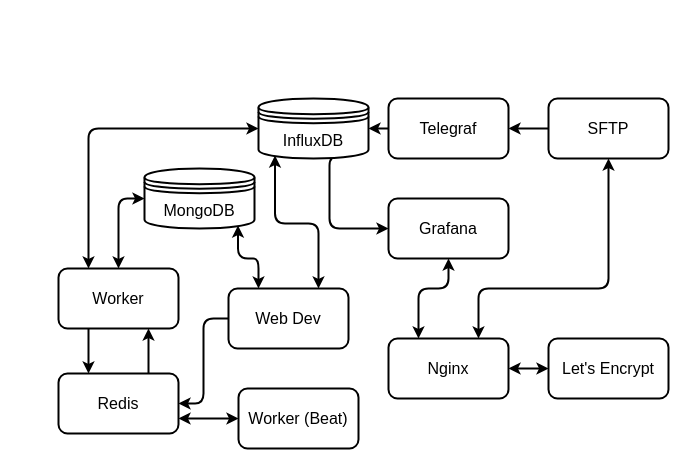
idontcare1996/ua-thesis keeps this draw.io diagram as img/diagrams/drawio/old-arch-connections.drawio. Above is the earlier version. Source tidied: cells renumbered, new cells numbered last; positions are measured from the earlier drawing's top-left corner, leaving out a move shared by most shapes. Both pictures are drawn from the tidied source at 100%, with x=0, y=0 at pixel (58, 98).
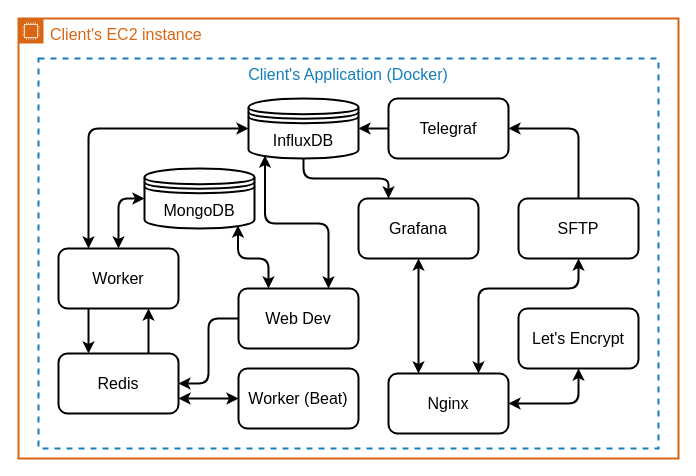
Above is the later version.

The change refers to these unchanged cells:
```xml
<mxCell id="19" value="Telegraf" style="rounded=1;whiteSpace=wrap;html=1;fontSize=16;strokeWidth=2;" parent="1" vertex="1">
  <mxGeometry x="330" width="120" height="60" as="geometry" />
</mxCell>
```

What changed in the source:
```diff
@@
+    <mxCell id="28" value="Client's Application (Docker)" style="fillColor=none;strokeColor=#147EBA;dashed=1;verticalAlign=top;fontStyle=0;fontColor=#147EBA;strokeWidth=2;fontSize=16;" parent="1" vertex="1">
+      <mxGeometry x="-20" y="-40" width="620" height="390" as="geometry" />
+    </mxCell>
+    <mxCell id="29" value="&lt;font style=&quot;font-size: 16px&quot;&gt;Client's EC2 instance&lt;/font&gt;" style="gradientColor=none;html=1;whiteSpace=wrap;fontSize=12;fontStyle=0;shape=mxgraph.aws4.group;grIcon=mxgraph.aws4.group_ec2_instance_contents;strokeColor=#D86613;fillColor=none;verticalAlign=top;align=left;spacingLeft=30;fontColor=#D86613;dashed=0;strokeWidth=2;" parent="1" vertex="1">
+      <mxGeometry x="-40" y="-80" width="660" height="440" as="geometry" />
+    </mxCell>
@@
-    <mxCell id="4" style="edgeStyle=orthogonalEdgeStyle;html=1;exitX=0.85;exitY=0.95;exitDx=0;exitDy=0;exitPerimeter=0;entryX=0;entryY=0.5;entryDx=0;entryDy=0;startArrow=none;startFill=0;elbow=vertical;fontSize=16;strokeWidth=2;" parent="1" edge="1" source="5" target="24">
+    <mxCell id="4" style="edgeStyle=orthogonalEdgeStyle;html=1;exitX=0.5;exitY=1;exitDx=0;exitDy=0;entryX=0.25;entryY=0;entryDx=0;entryDy=0;startArrow=none;startFill=0;elbow=vertical;fontSize=16;strokeWidth=2;" parent="1" edge="1" source="5" target="24">
       <mxGeometry relative="1" as="geometry">
         <Array as="points">
-          <mxPoint x="271" y="130" />
+          <mxPoint x="245" y="80" />
+          <mxPoint x="330" y="80" />
         </Array>
       </mxGeometry>
     </mxCell>
     <mxCell id="5" value="InfluxDB" style="shape=datastore;whiteSpace=wrap;html=1;fontSize=16;strokeWidth=2;" parent="1" vertex="1">
-      <mxGeometry x="200" width="110" height="60" as="geometry" />
+      <mxGeometry x="190" width="110" height="60" as="geometry" />
     </mxCell>
@@
     <mxCell id="10" value="Worker" style="rounded=1;whiteSpace=wrap;html=1;fontSize=16;strokeWidth=2;" parent="1" vertex="1">
-      <mxGeometry y="170" width="120" height="60" as="geometry" />
+      <mxGeometry y="150" width="120" height="60" as="geometry" />
     </mxCell>
@@
     <mxCell id="12" value="Worker (Beat)" style="rounded=1;whiteSpace=wrap;html=1;fontSize=16;strokeWidth=2;" parent="1" vertex="1">
-      <mxGeometry x="180" y="290" width="120" height="60" as="geometry" />
+      <mxGeometry x="180" y="270" width="120" height="60" as="geometry" />
     </mxCell>
@@
     <mxCell id="14" value="Redis" style="rounded=1;whiteSpace=wrap;html=1;fontSize=16;strokeWidth=2;" parent="1" vertex="1">
-      <mxGeometry y="275" width="120" height="60" as="geometry" />
+      <mxGeometry y="255" width="120" height="60" as="geometry" />
     </mxCell>
@@
     <mxCell id="17" value="Web Dev" style="rounded=1;whiteSpace=wrap;html=1;fontSize=16;strokeWidth=2;" parent="1" vertex="1">
-      <mxGeometry x="170" y="190" width="120" height="60" as="geometry" />
+      <mxGeometry x="180" y="190" width="120" height="60" as="geometry" />
     </mxCell>
@@
-    <mxCell id="20" style="edgeStyle=orthogonalEdgeStyle;html=1;exitX=0;exitY=0.5;exitDx=0;exitDy=0;entryX=1;entryY=0.5;entryDx=0;entryDy=0;startArrow=none;startFill=0;elbow=vertical;fontSize=16;strokeWidth=2;" parent="1" edge="1" source="22" target="19">
+    <mxCell id="20" style="edgeStyle=orthogonalEdgeStyle;html=1;exitX=0.5;exitY=0;exitDx=0;exitDy=0;entryX=1;entryY=0.5;entryDx=0;entryDy=0;startArrow=none;startFill=0;elbow=vertical;fontSize=16;strokeWidth=2;" parent="1" edge="1" source="22" target="19">
       <mxGeometry relative="1" as="geometry" />
     </mxCell>
     <mxCell id="21" style="edgeStyle=orthogonalEdgeStyle;html=1;exitX=0.5;exitY=1;exitDx=0;exitDy=0;entryX=0.75;entryY=0;entryDx=0;entryDy=0;startArrow=classic;startFill=1;elbow=vertical;fontSize=16;strokeWidth=2;" parent="1" edge="1" source="22" target="25">
       <mxGeometry relative="1" as="geometry">
         <Array as="points">
-          <mxPoint x="550" y="190" />
+          <mxPoint x="520" y="190" />
           <mxPoint x="420" y="190" />
         </Array>
       </mxGeometry>
     </mxCell>
     <mxCell id="22" value="SFTP" style="rounded=1;whiteSpace=wrap;html=1;fontSize=16;strokeWidth=2;" parent="1" vertex="1">
-      <mxGeometry x="490" width="120" height="60" as="geometry" />
+      <mxGeometry x="460" y="100" width="120" height="60" as="geometry" />
     </mxCell>
     <mxCell id="23" style="edgeStyle=orthogonalEdgeStyle;html=1;exitX=0.5;exitY=1;exitDx=0;exitDy=0;entryX=0.25;entryY=0;entryDx=0;entryDy=0;startArrow=classic;startFill=1;elbow=vertical;fontSize=16;strokeWidth=2;" parent="1" edge="1" source="24" target="25">
       <mxGeometry relative="1" as="geometry">
         <Array as="points">
-          <mxPoint x="390" y="190" />
-          <mxPoint x="360" y="190" />
+          <mxPoint x="360" y="180" />
+          <mxPoint x="360" y="180" />
         </Array>
       </mxGeometry>
     </mxCell>
     <mxCell id="24" value="Grafana" style="rounded=1;whiteSpace=wrap;html=1;fontSize=16;strokeWidth=2;" parent="1" vertex="1">
-      <mxGeometry x="330" y="100" width="120" height="60" as="geometry" />
+      <mxGeometry x="300" y="100" width="120" height="60" as="geometry" />
     </mxCell>
     <mxCell id="25" value="Nginx" style="rounded=1;whiteSpace=wrap;html=1;direction=east;fontSize=16;strokeWidth=2;" parent="1" vertex="1">
-      <mxGeometry x="330" y="240" width="120" height="60" as="geometry" />
+      <mxGeometry x="330" y="275" width="120" height="60" as="geometry" />
     </mxCell>
-    <mxCell id="26" style="edgeStyle=orthogonalEdgeStyle;html=1;exitX=0;exitY=0.5;exitDx=0;exitDy=0;entryX=1;entryY=0.5;entryDx=0;entryDy=0;startArrow=classic;startFill=1;elbow=vertical;fontSize=16;strokeWidth=2;" parent="1" edge="1" source="27" target="25">
+    <mxCell id="26" style="edgeStyle=orthogonalEdgeStyle;html=1;exitX=0.5;exitY=1;exitDx=0;exitDy=0;entryX=1;entryY=0.5;entryDx=0;entryDy=0;startArrow=classic;startFill=1;elbow=vertical;fontSize=16;strokeWidth=2;" parent="1" edge="1" source="27" target="25">
       <mxGeometry relative="1" as="geometry" />
     </mxCell>
     <mxCell id="27" value="Let's Encrypt" style="rounded=1;whiteSpace=wrap;html=1;fontSize=16;strokeWidth=2;" parent="1" vertex="1">
-      <mxGeometry x="490" y="240" width="120" height="60" as="geometry" />
+      <mxGeometry x="460" y="210" width="120" height="60" as="geometry" />
     </mxCell>
```
